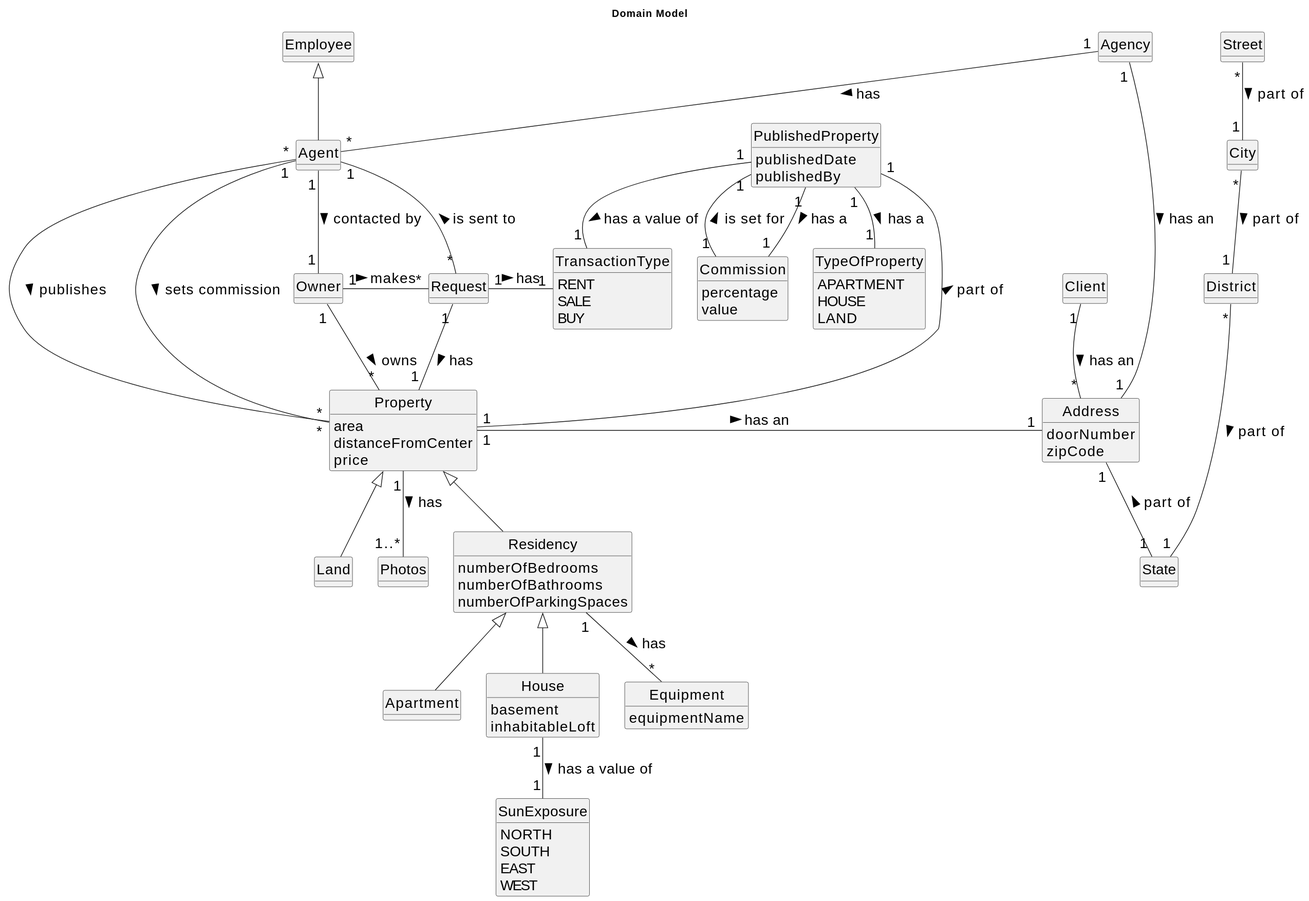
The PlantUML diagram docs/sprintC/us008/02.analysis/svg/us008-domain-model.svg in Goncalves2525/real-estate-management-system, before a commit. Its diagram source:
```plantuml
@startuml
skinparamlocked defaultFontSize 20
skinparam monochrome true
skinparam packageStyle rectangle
skinparam shadowing false
skinparam classAttributeIconSize 0
hide circle
hide methods

title Domain Model

class Client{
}

class Owner{
}

class Employee{
}

class Agent extends Employee{
}



class Property{
    area
    distanceFromCenter
    price
}

class Photos {
}

class Address{
    doorNumber
    zipCode
}

class Street{
}

class City{
}

class District{
}

class State{
}

class Apartment extends Residency{
}

class House extends Residency{
    basement
    inhabitableLoft
}

class Residency extends Property{
    numberOfBedrooms
    numberOfBathrooms
    numberOfParkingSpaces

}

class PublishedProperty{
    publishedDate
    publishedBy
}

class Commission{
    percentage
    value
}

class TypeOfProperty{
    APARTMENT
    HOUSE
    LAND
}

class Land extends Property{
}

class Equipment{
    equipmentName
}


class SunExposure{
NORTH
SOUTH
EAST
WEST
}

class TransactionType{
RENT
SALE
BUY
}


class Request{
}

PublishedProperty "1" -- "1" TypeOfProperty: has a >
Agency "1" -- "*" Agent: has >
Agent "1" -- "1" Owner : contacted by >
Agent "*" - "*" Property: publishes >
Agent "1" - "*" Property: sets commission >
Owner "1" -- "*" Property: owns >
Owner "1" - "*" Request: makes >
Request "*" -- "1" Agent: is sent to >
Request "1" - "1" Property: has >
Request "1" - "1" TransactionType: has >
Address "1" -- "1" State : part of <
City "*" -- "1" District : part of >
Street "*" -- "1" City : part of >
District "*" --- "1" State : part of >
Client "1" -- "*" Address: has an >
Property "1" -- "1..*" Photos: has >
PublishedProperty "1" -- "1" Commission: is set for <
Residency "1" -- "*" Equipment: has >
PublishedProperty "1" -- "1" Property: part of <
Property "1" - "1" Address: has an >
PublishedProperty "1" -- "1" Commission : has a >
House "1" -- "1" SunExposure: has a value of >
PublishedProperty "1" -- "1" TransactionType: has a value of >
Agency "1" -- "1" Address: has an >
@enduml
```
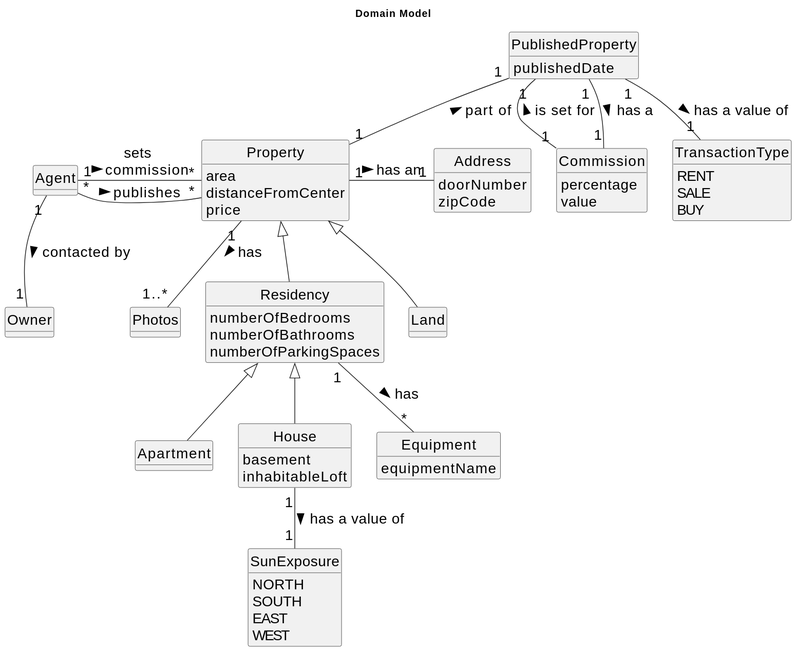
The same file after the commit.

Diff of the diagram source:
```diff
@@ -9,19 +9,9 @@
 
 title Domain Model
 
-class Client{
+
+class Agent {
 }
-
-class Owner{
-}
-
-class Employee{
-}
-
-class Agent extends Employee{
-}
-
-
 
 class Property{
     area
@@ -35,18 +25,6 @@
 class Address{
     doorNumber
     zipCode
-}
-
-class Street{
-}
-
-class City{
-}
-
-class District{
-}
-
-class State{
 }
 
 class Apartment extends Residency{
@@ -66,7 +44,6 @@
 
 class PublishedProperty{
     publishedDate
-    publishedBy
 }
 
 class Commission{
@@ -74,11 +51,6 @@
     value
 }
 
-class TypeOfProperty{
-    APARTMENT
-    HOUSE
-    LAND
-}
 
 class Land extends Property{
 }
@@ -102,24 +74,9 @@
 }
 
 
-class Request{
-}
-
-PublishedProperty "1" -- "1" TypeOfProperty: has a >
-Agency "1" -- "*" Agent: has >
 Agent "1" -- "1" Owner : contacted by >
-Agent "*" - "*" Property: publishes >
-Agent "1" - "*" Property: sets commission >
-Owner "1" -- "*" Property: owns >
-Owner "1" - "*" Request: makes >
-Request "*" -- "1" Agent: is sent to >
-Request "1" - "1" Property: has >
-Request "1" - "1" TransactionType: has >
-Address "1" -- "1" State : part of <
-City "*" -- "1" District : part of >
-Street "*" -- "1" City : part of >
-District "*" --- "1" State : part of >
-Client "1" -- "*" Address: has an >
+Agent "*" -- "*" Property: publishes >
+Agent "1" - "*" Property: sets \ncommission >
 Property "1" -- "1..*" Photos: has >
 PublishedProperty "1" -- "1" Commission: is set for <
 Residency "1" -- "*" Equipment: has >
@@ -128,5 +85,4 @@
 PublishedProperty "1" -- "1" Commission : has a >
 House "1" -- "1" SunExposure: has a value of >
 PublishedProperty "1" -- "1" TransactionType: has a value of >
-Agency "1" -- "1" Address: has an >
 @enduml
```
